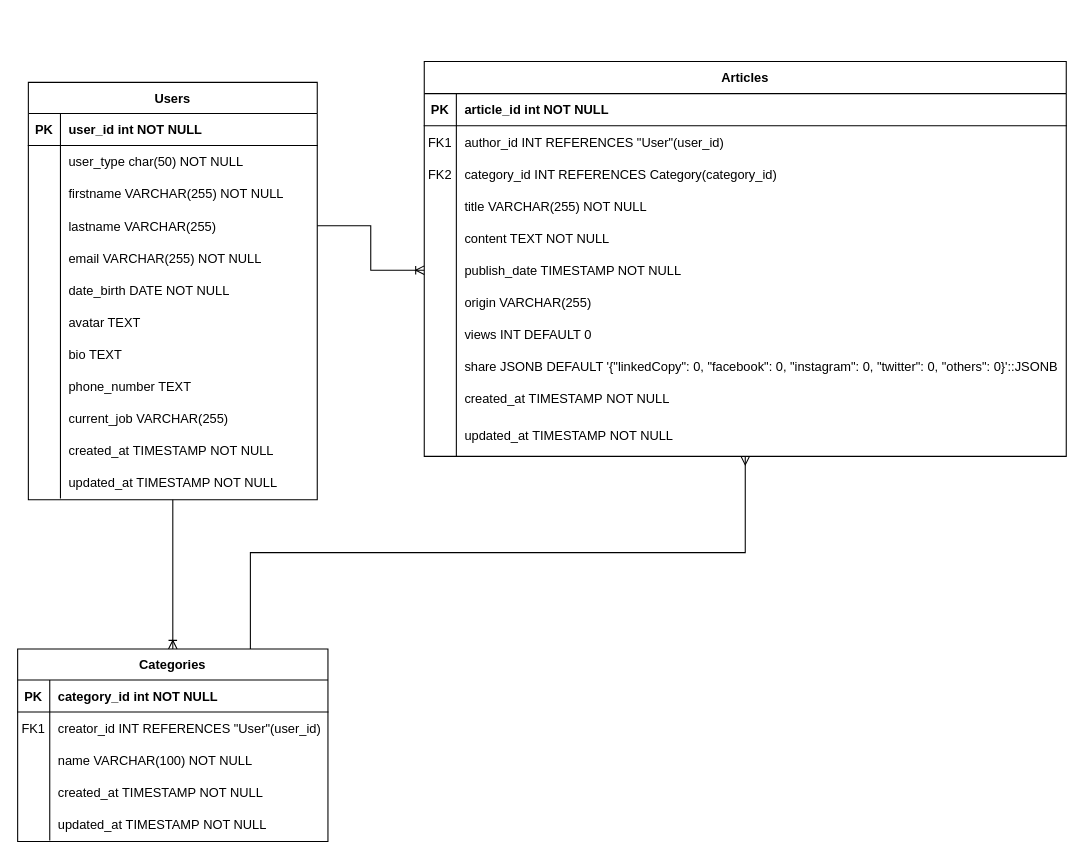
Earlier version of the draw.io diagram mcd-blog.drawio (MaxR522/draw). Source tidied: cells renumbered, new cells numbered last; positions are measured from the earlier drawing's top-left corner, leaving out a move shared by most shapes. Both pictures are drawn from the tidied source at 107%, with x=0, y=0 at pixel (17, 61).
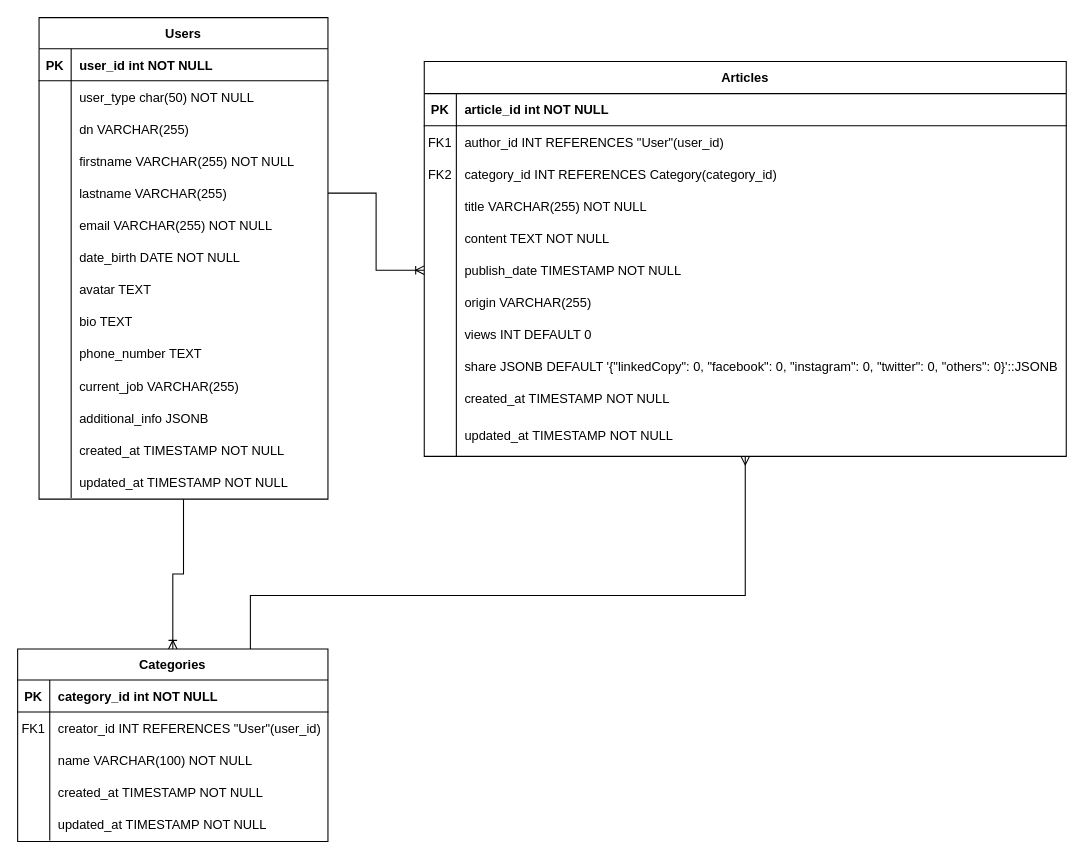
After the change.

Commit message:
improve MCD blog

Unchanged cells that the change refers to:
```xml
<mxCell id="40" value="Articles" style="shape=table;startSize=30;childLayout=tableLayout;rowLines=0;fontStyle=1;align=center;" parent="1" vertex="1">
  <mxGeometry x="380" width="600" height="369" as="geometry" />
</mxCell>
<mxCell id="75" value="Categories" style="shape=table;startSize=29;childLayout=tableLayout;rowLines=0;fontStyle=1;align=center;resizeLastRow=0;" parent="1" vertex="1">
  <mxGeometry y="549" width="290" height="180" as="geometry" />
</mxCell>
```

The edit, as a diff of the source:
```diff
@@
     <mxCell id="3" value="Users" style="shape=table;startSize=29;childLayout=tableLayout;rowLines=0;fontStyle=1;align=center;resizeLastRow=0;" parent="1" vertex="1">
-      <mxGeometry x="10" y="19.5" width="270" height="390" as="geometry" />
+      <mxGeometry x="20" y="-41" width="270" height="450" as="geometry" />
     </mxCell>
@@
+    <mxCell id="92" style="shape=partialRectangle;fillColor=none;top=0;left=0;right=0;bottom=0;" parent="3" vertex="1">
+      <mxGeometry y="89" width="270" height="30" as="geometry" />
+    </mxCell>
+    <mxCell id="93" style="shape=partialRectangle;overflow=hidden;fillColor=none;top=0;left=0;bottom=0;right=0;" parent="92" vertex="1">
+      <mxGeometry width="30" height="30" as="geometry" />
+    </mxCell>
+    <mxCell id="94" value="dn VARCHAR(255)" style="shape=partialRectangle;overflow=hidden;fillColor=none;top=0;left=0;bottom=0;right=0;align=left;spacingLeft=6;" parent="92" vertex="1">
+      <mxGeometry x="30" width="240" height="30" as="geometry" />
+    </mxCell>
     <mxCell id="10" style="shape=partialRectangle;fillColor=none;top=0;left=0;right=0;bottom=0;" parent="3" vertex="1">
-      <mxGeometry y="89" width="270" height="30" as="geometry" />
+      <mxGeometry y="119" width="270" height="30" as="geometry" />
     </mxCell>
@@
     <mxCell id="13" style="shape=partialRectangle;fillColor=none;points=[[0,0.5],[1,0.5]];portConstraint=eastwest;top=0;left=0;right=0;bottom=0;" parent="3" vertex="1">
-      <mxGeometry y="119" width="270" height="30" as="geometry" />
+      <mxGeometry y="149" width="270" height="30" as="geometry" />
     </mxCell>
@@
     <mxCell id="16" style="shape=partialRectangle;fillColor=none;top=0;left=0;right=0;bottom=0;" parent="3" vertex="1">
-      <mxGeometry y="149" width="270" height="30" as="geometry" />
+      <mxGeometry y="179" width="270" height="30" as="geometry" />
     </mxCell>
@@
     <mxCell id="19" style="shape=partialRectangle;fillColor=none;top=0;left=0;right=0;bottom=0;" parent="3" vertex="1">
-      <mxGeometry y="179" width="270" height="30" as="geometry" />
+      <mxGeometry y="209" width="270" height="30" as="geometry" />
     </mxCell>
@@
     <mxCell id="22" style="shape=partialRectangle;fillColor=none;top=0;left=0;right=0;bottom=0;" parent="3" vertex="1">
-      <mxGeometry y="209" width="270" height="30" as="geometry" />
+      <mxGeometry y="239" width="270" height="30" as="geometry" />
     </mxCell>
@@
     <mxCell id="25" style="shape=partialRectangle;fillColor=none;top=0;left=0;right=0;bottom=0;" parent="3" vertex="1">
-      <mxGeometry y="239" width="270" height="30" as="geometry" />
+      <mxGeometry y="269" width="270" height="30" as="geometry" />
     </mxCell>
@@
     <mxCell id="28" style="shape=partialRectangle;fillColor=none;top=0;left=0;right=0;bottom=0;" parent="3" vertex="1">
-      <mxGeometry y="269" width="270" height="30" as="geometry" />
+      <mxGeometry y="299" width="270" height="30" as="geometry" />
     </mxCell>
@@
     <mxCell id="31" style="shape=partialRectangle;fillColor=none;top=0;left=0;right=0;bottom=0;" parent="3" vertex="1">
-      <mxGeometry y="299" width="270" height="30" as="geometry" />
+      <mxGeometry y="329" width="270" height="30" as="geometry" />
     </mxCell>
@@
+    <mxCell id="95" style="shape=partialRectangle;fillColor=none;top=0;left=0;right=0;bottom=0;" parent="3" vertex="1">
+      <mxGeometry y="359" width="270" height="30" as="geometry" />
+    </mxCell>
+    <mxCell id="96" style="shape=partialRectangle;overflow=hidden;fillColor=none;top=0;left=0;bottom=0;right=0;" parent="95" vertex="1">
+      <mxGeometry width="30" height="30" as="geometry" />
+    </mxCell>
+    <mxCell id="97" value="additional_info JSONB" style="shape=partialRectangle;overflow=hidden;fillColor=none;top=0;left=0;bottom=0;right=0;align=left;spacingLeft=6;" parent="95" vertex="1">
+      <mxGeometry x="30" width="240" height="30" as="geometry" />
+    </mxCell>
     <mxCell id="34" style="shape=partialRectangle;fillColor=none;top=0;left=0;right=0;bottom=0;" parent="3" vertex="1">
-      <mxGeometry y="329" width="270" height="30" as="geometry" />
+      <mxGeometry y="389" width="270" height="30" as="geometry" />
     </mxCell>
@@
     <mxCell id="37" style="shape=partialRectangle;fillColor=none;top=0;left=0;right=0;bottom=0;" parent="3" vertex="1">
-      <mxGeometry y="359" width="270" height="30" as="geometry" />
+      <mxGeometry y="419" width="270" height="30" as="geometry" />
     </mxCell>
@@
     <mxCell id="74" style="edgeStyle=orthogonalEdgeStyle;rounded=0;jettySize=auto;html=1;exitX=0.75;exitY=0;exitDx=0;exitDy=0;entryX=0.5;entryY=1;entryDx=0;entryDy=0;endArrow=ERmany;endFill=0;" parent="1" edge="1" source="75" target="40">
-      <mxGeometry relative="1" as="geometry" />
+      <mxGeometry relative="1" as="geometry">
+        <Array as="points">
+          <mxPoint x="217" y="499" />
+          <mxPoint x="680" y="499" />
+        </Array>
+      </mxGeometry>
     </mxCell>
```
